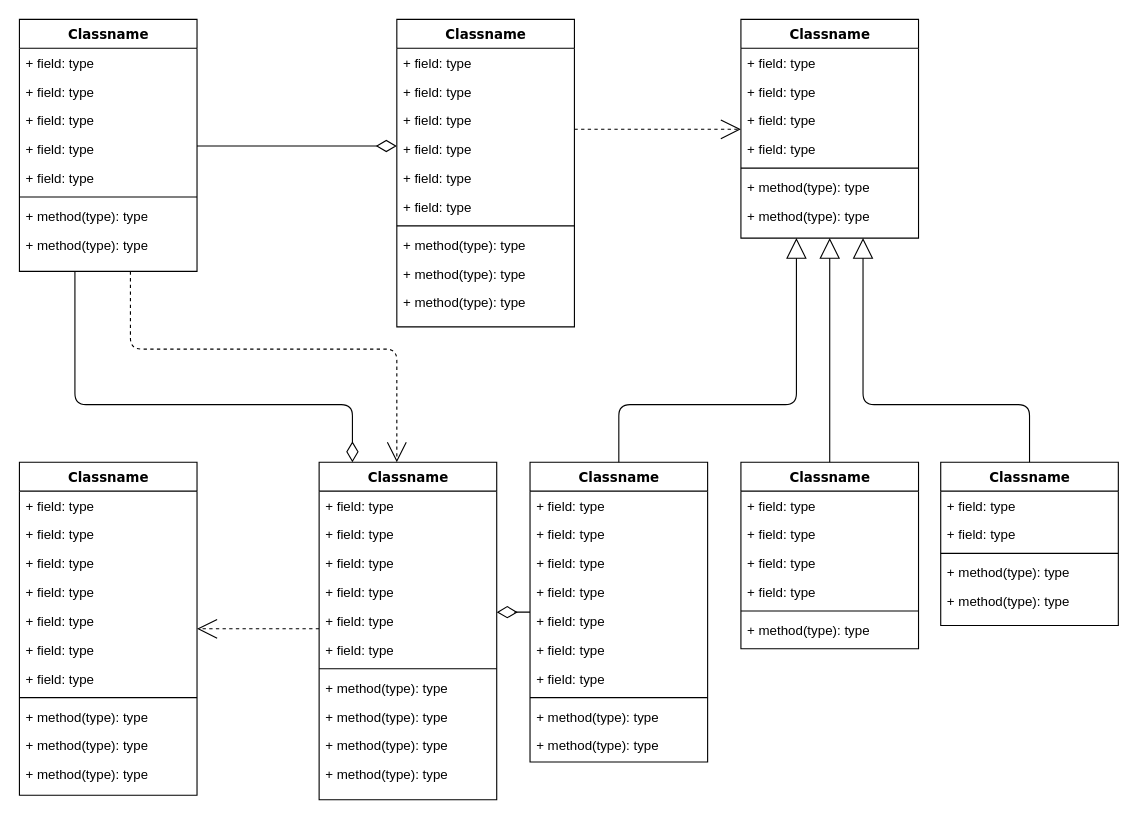
KondyubaBA/Foundation keeps this draw.io diagram as Хост/Диаграмма без названия.drawio. Above is the earlier version. Source tidied: cells renumbered, new cells numbered last; positions are measured from the earlier drawing's top-left corner, leaving out a move shared by most shapes. Both pictures are drawn from the tidied source at 111%, with x=0, y=0 at pixel (19, 19).
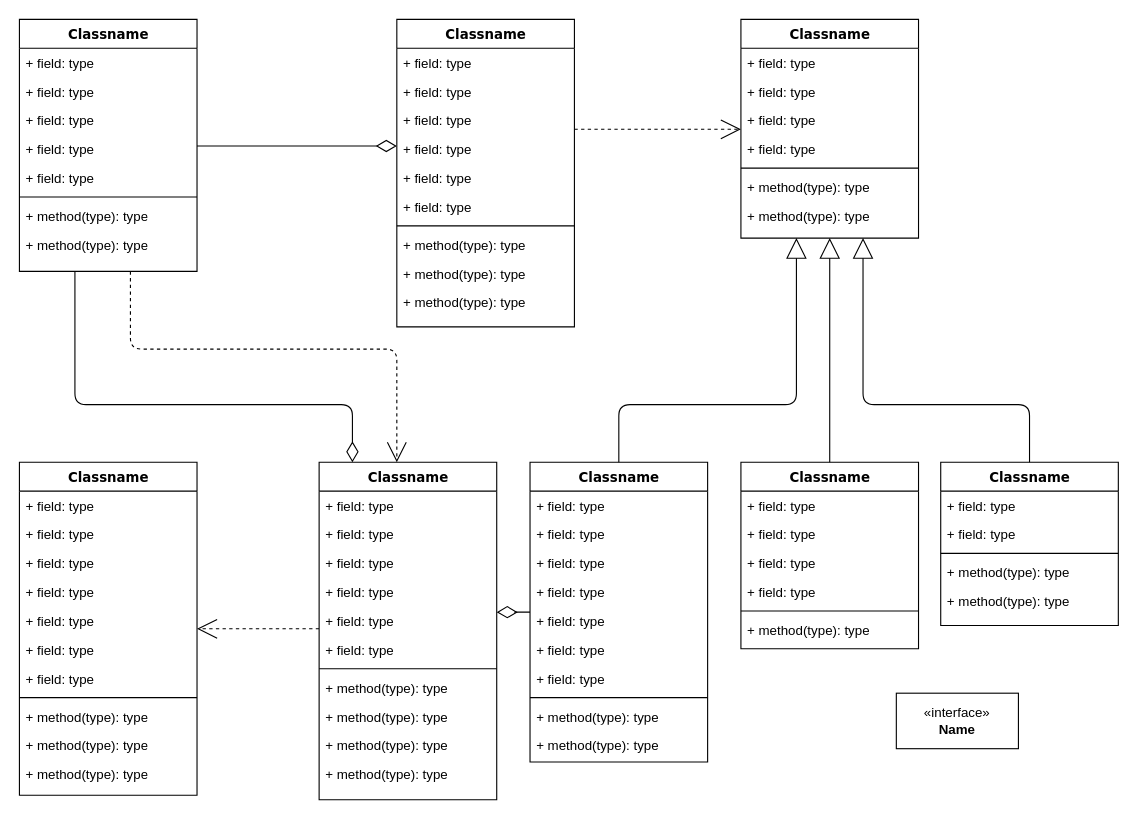
After the change.

The edit, as a diff of the source:
```diff
@@
+    <mxCell id="87" value="&amp;laquo;interface&amp;raquo;&lt;br&gt;&lt;b&gt;Name&lt;/b&gt;" style="html=1;whiteSpace=wrap;" parent="1" vertex="1">
+      <mxGeometry x="790" y="607" width="110" height="50" as="geometry" />
+    </mxCell>
```
